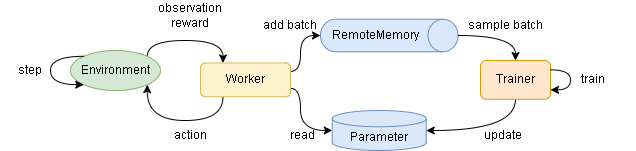
Before: diagrams/overview-sequence.drawio.png, a diagram exported from draw.io (pocokhc/simple_distributed_rl). Source tidied: cells renumbered, new cells last; positions are measured from the earlier drawing's top-left corner, leaving out a move shared by most shapes.
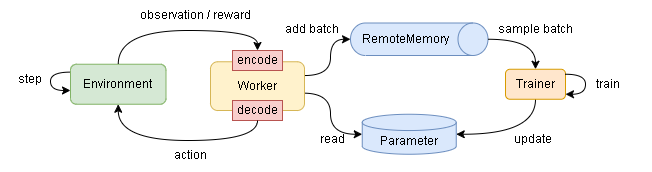
The same file after the commit.

The edit, as a diff of the source:
```diff
@@ -2,72 +2,55 @@
   <root>
     <mxCell id="0" />
     <mxCell id="1" parent="0" />
-    <mxCell id="2" style="edgeStyle=orthogonalEdgeStyle;curved=1;rounded=0;jettySize=auto;html=1;exitX=1;exitY=0;exitDx=0;exitDy=0;entryX=0.25;entryY=0;entryDx=0;entryDy=0;" parent="1" edge="1" source="3" target="12">
-      <mxGeometry relative="1" as="geometry">
-        <Array as="points">
-          <mxPoint x="147" y="74" />
-          <mxPoint x="223" y="74" />
-        </Array>
-      </mxGeometry>
-    </mxCell>
-    <mxCell id="3" value="Environment" style="ellipse;whiteSpace=wrap;html=1;fillColor=#d5e8d4;strokeColor=#82b366;" parent="1" vertex="1">
-      <mxGeometry x="70" y="84" width="90" height="40" as="geometry" />
-    </mxCell>
-    <mxCell id="4" style="edgeStyle=orthogonalEdgeStyle;curved=1;rounded=0;jettySize=auto;html=1;exitX=0;exitY=0.5;exitDx=0;exitDy=0;exitPerimeter=0;entryX=1;entryY=0.75;entryDx=0;entryDy=0;endArrow=none;endFill=0;startArrow=classic;startFill=1;" parent="1" edge="1" source="5" target="12">
+    <mxCell id="4" style="edgeStyle=orthogonalEdgeStyle;curved=1;rounded=0;jettySize=auto;html=1;exitX=0;exitY=0.5;exitDx=0;exitDy=0;exitPerimeter=0;entryX=0.986;entryY=0.644;entryDx=0;entryDy=0;endArrow=none;endFill=0;startArrow=classic;startFill=1;entryPerimeter=0;" parent="1" edge="1" source="5" target="12">
       <mxGeometry relative="1" as="geometry">
         <Array as="points">
-          <mxPoint x="300" y="164" />
-          <mxPoint x="300" y="122" />
+          <mxPoint x="440" y="178" />
+          <mxPoint x="440" y="137" />
         </Array>
       </mxGeometry>
     </mxCell>
     <mxCell id="5" value="Parameter" style="shape=cylinder3;whiteSpace=wrap;html=1;boundedLbl=1;backgroundOutline=1;size=8.142857142857167;fillColor=#dae8fc;strokeColor=#6c8ebf;" parent="1" vertex="1">
-      <mxGeometry x="331.8" y="144" width="94" height="40" as="geometry" />
+      <mxGeometry x="471.8" y="157.8" width="94" height="40" as="geometry" />
     </mxCell>
     <mxCell id="6" style="edgeStyle=orthogonalEdgeStyle;curved=1;rounded=0;jettySize=auto;html=1;exitX=0.5;exitY=1;exitDx=0;exitDy=0;entryX=1;entryY=0.5;entryDx=0;entryDy=0;entryPerimeter=0;" parent="1" edge="1" source="7" target="5">
       <mxGeometry relative="1" as="geometry" />
     </mxCell>
     <mxCell id="7" value="Trainer" style="rounded=1;whiteSpace=wrap;html=1;fillColor=#ffe6cc;strokeColor=#d79b00;" parent="1" vertex="1">
-      <mxGeometry x="480" y="94" width="70" height="38.8" as="geometry" />
+      <mxGeometry x="615" y="112.8" width="60" height="30" as="geometry" />
     </mxCell>
-    <mxCell id="8" style="edgeStyle=orthogonalEdgeStyle;rounded=0;orthogonalLoop=1;jettySize=auto;html=1;curved=1;exitX=0;exitY=0;exitDx=0;exitDy=0;entryX=0;entryY=1;entryDx=0;entryDy=0;" parent="1" edge="1" source="3" target="3">
+    <mxCell id="8" style="edgeStyle=orthogonalEdgeStyle;rounded=0;orthogonalLoop=1;jettySize=auto;html=1;curved=1;exitX=0;exitY=0;exitDx=0;exitDy=0;" parent="1" edge="1">
       <mxGeometry relative="1" as="geometry">
+        <mxPoint x="180" y="115.6" as="sourcePoint" />
+        <mxPoint x="180" y="134" as="targetPoint" />
         <Array as="points">
-          <mxPoint x="50" y="90" />
-          <mxPoint x="50" y="118" />
+          <mxPoint x="160" y="116" />
+          <mxPoint x="160" y="134" />
         </Array>
       </mxGeometry>
     </mxCell>
     <mxCell id="9" value="step" style="text;html=1;strokeColor=none;fillColor=none;align=center;verticalAlign=middle;whiteSpace=wrap;rounded=0;" parent="1" vertex="1">
-      <mxGeometry y="89" width="60" height="30" as="geometry" />
+      <mxGeometry x="110" y="107.7" width="60" height="30" as="geometry" />
     </mxCell>
-    <mxCell id="10" style="edgeStyle=orthogonalEdgeStyle;curved=1;rounded=0;jettySize=auto;html=1;exitX=0.25;exitY=1;exitDx=0;exitDy=0;entryX=1;entryY=1;entryDx=0;entryDy=0;" parent="1" edge="1" source="12" target="3">
-      <mxGeometry relative="1" as="geometry">
-        <Array as="points">
-          <mxPoint x="223" y="154" />
-          <mxPoint x="147" y="154" />
-        </Array>
-      </mxGeometry>
-    </mxCell>
-    <mxCell id="11" style="edgeStyle=orthogonalEdgeStyle;curved=1;rounded=0;jettySize=auto;html=1;exitX=1;exitY=0.25;exitDx=0;exitDy=0;entryX=0.5;entryY=1;entryDx=0;entryDy=0;entryPerimeter=0;" parent="1" edge="1" source="12" target="16">
+    <mxCell id="11" style="edgeStyle=orthogonalEdgeStyle;curved=1;rounded=0;jettySize=auto;html=1;entryX=0.5;entryY=1;entryDx=0;entryDy=0;entryPerimeter=0;" parent="1" edge="1" source="12" target="16">
       <mxGeometry relative="1" as="geometry">
         <Array as="points">
-          <mxPoint x="300" y="105" />
-          <mxPoint x="300" y="69" />
+          <mxPoint x="440" y="119" />
+          <mxPoint x="440" y="83" />
         </Array>
       </mxGeometry>
     </mxCell>
     <mxCell id="12" value="Worker" style="rounded=1;whiteSpace=wrap;html=1;fillColor=#fff2cc;strokeColor=#d6b656;" parent="1" vertex="1">
-      <mxGeometry x="200" y="96.5" width="90" height="33.7" as="geometry" />
+      <mxGeometry x="320" y="105.3" width="94" height="48.7" as="geometry" />
     </mxCell>
-    <mxCell id="13" value="observation&lt;br&gt;reward" style="text;html=1;strokeColor=none;fillColor=none;align=center;verticalAlign=middle;whiteSpace=wrap;rounded=0;" parent="1" vertex="1">
-      <mxGeometry x="160" y="34" width="60" height="30" as="geometry" />
+    <mxCell id="13" value="observation /&amp;nbsp;reward" style="text;html=1;strokeColor=none;fillColor=none;align=center;verticalAlign=middle;whiteSpace=wrap;rounded=0;" parent="1" vertex="1">
+      <mxGeometry x="240" y="44" width="130" height="30" as="geometry" />
     </mxCell>
     <mxCell id="14" value="action" style="text;html=1;strokeColor=none;fillColor=none;align=center;verticalAlign=middle;whiteSpace=wrap;rounded=0;" parent="1" vertex="1">
-      <mxGeometry x="160" y="154" width="60" height="30" as="geometry" />
+      <mxGeometry x="270" y="184" width="60" height="30" as="geometry" />
     </mxCell>
     <mxCell id="15" style="group;" parent="1" vertex="1">
-      <mxGeometry x="320" y="52.8" width="137.5" height="32.5" as="geometry" />
+      <mxGeometry x="460" y="66.5" width="137.5" height="32.5" as="geometry" />
     </mxCell>
     <mxCell id="16" style="shape=cylinder3;whiteSpace=wrap;html=1;boundedLbl=1;backgroundOutline=1;size=15;rotation=90;fillColor=#dae8fc;strokeColor=#6c8ebf;" parent="15" vertex="1">
       <mxGeometry x="52.5" y="-52.5" width="32.5" height="137.5" as="geometry" />
@@ -76,25 +59,50 @@
       <mxGeometry x="25" y="1.2" width="60" height="30" as="geometry" />
     </mxCell>
     <mxCell id="18" value="add batch" style="text;html=1;strokeColor=none;fillColor=none;align=center;verticalAlign=middle;whiteSpace=wrap;rounded=0;" parent="1" vertex="1">
-      <mxGeometry x="260" y="44" width="60" height="30" as="geometry" />
+      <mxGeometry x="392" y="57.8" width="60" height="30" as="geometry" />
     </mxCell>
     <mxCell id="19" style="edgeStyle=orthogonalEdgeStyle;curved=1;rounded=0;jettySize=auto;html=1;exitX=0.5;exitY=0;exitDx=0;exitDy=0;exitPerimeter=0;entryX=0.5;entryY=0;entryDx=0;entryDy=0;" parent="1" edge="1" source="16" target="7">
       <mxGeometry relative="1" as="geometry" />
     </mxCell>
     <mxCell id="20" value="sample batch" style="text;html=1;strokeColor=none;fillColor=none;align=center;verticalAlign=middle;whiteSpace=wrap;rounded=0;" parent="1" vertex="1">
-      <mxGeometry x="460" y="44" width="90" height="30" as="geometry" />
+      <mxGeometry x="600" y="57.8" width="90" height="30" as="geometry" />
     </mxCell>
     <mxCell id="21" value="update" style="text;html=1;strokeColor=none;fillColor=none;align=center;verticalAlign=middle;whiteSpace=wrap;rounded=0;" parent="1" vertex="1">
-      <mxGeometry x="460" y="154" width="85" height="30" as="geometry" />
+      <mxGeometry x="600" y="167.8" width="85" height="30" as="geometry" />
     </mxCell>
     <mxCell id="22" value="read" style="text;html=1;strokeColor=none;fillColor=none;align=center;verticalAlign=middle;whiteSpace=wrap;rounded=0;" parent="1" vertex="1">
-      <mxGeometry x="271.8" y="154" width="60" height="30" as="geometry" />
+      <mxGeometry x="411.8" y="167.8" width="60" height="30" as="geometry" />
     </mxCell>
     <mxCell id="23" style="edgeStyle=orthogonalEdgeStyle;curved=1;rounded=0;orthogonalLoop=1;jettySize=auto;html=1;" parent="1" edge="1" source="7" target="7">
       <mxGeometry relative="1" as="geometry" />
     </mxCell>
     <mxCell id="24" value="train" style="text;html=1;strokeColor=none;fillColor=none;align=center;verticalAlign=middle;whiteSpace=wrap;rounded=0;" parent="1" vertex="1">
-      <mxGeometry x="550" y="98.4" width="85" height="30" as="geometry" />
+      <mxGeometry x="675" y="112.8" width="85" height="30" as="geometry" />
     </mxCell>
+    <mxCell id="3" value="Environment" style="rounded=1;whiteSpace=wrap;html=1;fillColor=#d5e8d4;strokeColor=#82b366;" parent="1" vertex="1">
+      <mxGeometry x="180" y="107.7" width="95.5" height="40" as="geometry" />
+    </mxCell>
+    <mxCell id="2" style="edgeStyle=orthogonalEdgeStyle;curved=1;rounded=0;jettySize=auto;html=1;exitX=0.5;exitY=0;exitDx=0;exitDy=0;entryX=0.5;entryY=0;entryDx=0;entryDy=0;" parent="1" edge="1" source="3" target="25">
+      <mxGeometry relative="1" as="geometry">
+        <Array as="points">
+          <mxPoint x="228" y="74" />
+          <mxPoint x="367" y="74" />
+        </Array>
+      </mxGeometry>
+    </mxCell>
+    <mxCell id="25" value="encode" style="rounded=0;whiteSpace=wrap;html=1;fillColor=#f8cecc;strokeColor=#b85450;" parent="1" vertex="1">
+      <mxGeometry x="342" y="94" width="50" height="20" as="geometry" />
+    </mxCell>
+    <mxCell id="26" value="decode" style="rounded=0;whiteSpace=wrap;html=1;fillColor=#f8cecc;strokeColor=#b85450;" parent="1" vertex="1">
+      <mxGeometry x="342" y="144" width="50" height="20" as="geometry" />
+    </mxCell>
+    <mxCell id="27" style="edgeStyle=orthogonalEdgeStyle;curved=1;rounded=0;jettySize=auto;html=1;exitX=0.5;exitY=1;exitDx=0;exitDy=0;entryX=0.5;entryY=1;entryDx=0;entryDy=0;" parent="1" edge="1" source="26" target="3">
+      <mxGeometry relative="1" as="geometry">
+        <Array as="points">
+          <mxPoint x="367" y="184" />
+          <mxPoint x="228" y="184" />
+        </Array>
+      </mxGeometry>
+    </mxCell>
   </root>
 </mxGraphModel>
```
